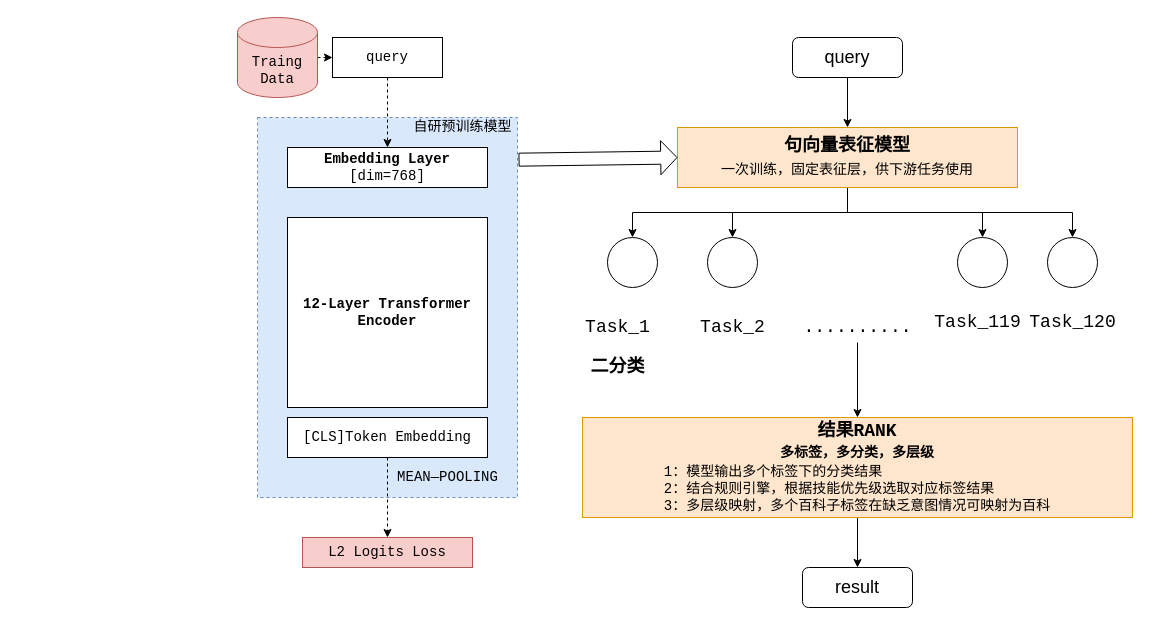
Above: 4.drawio in random-life/old-test-code (draw.io), before the change. Source tidied: cells renumbered, new cells numbered last; positions are measured from the earlier drawing's top-left corner, leaving out a move shared by most shapes. Both pictures are drawn from the tidied source at 100%, with x=0, y=0 at pixel (237, 17).
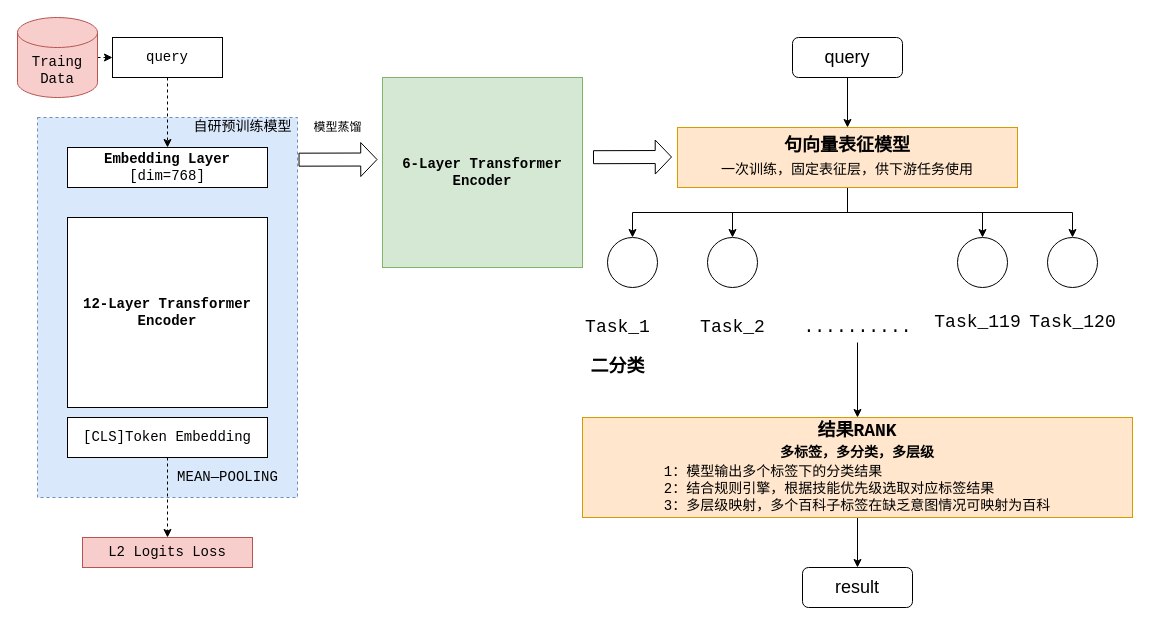
Above is the later version.

Commit message:
分类模型训练流程.drawio

The change refers to these unchanged cells:
```xml
<mxCell id="8" value="&lt;font face=&quot;Courier New&quot;&gt;&lt;font style=&quot;font-size: 18px&quot;&gt;&lt;b&gt;句向量表征模型&lt;/b&gt;&lt;/font&gt;&lt;br&gt;&lt;font style=&quot;font-size: 14px&quot;&gt;一次训练，固定表征层，供下游任务使用&lt;/font&gt;&lt;/font&gt;" style="rounded=0;whiteSpace=wrap;html=1;fontSize=18;fillColor=#ffe6cc;strokeColor=#d79b00;" parent="1" vertex="1">
  <mxGeometry x="440" y="110" width="340" height="60" as="geometry" />
</mxCell>
```

What changed in the source:
```diff
@@
     <mxCell id="23" style="rounded=0;whiteSpace=wrap;html=1;fontFamily=Courier New;fontSize=14;align=left;fillColor=#dae8fc;strokeColor=#6c8ebf;dashed=1;" parent="1" vertex="1">
-      <mxGeometry x="20" y="100" width="260" height="380" as="geometry" />
+      <mxGeometry x="-200" y="100" width="260" height="380" as="geometry" />
     </mxCell>
     <mxCell id="24" value="&lt;b&gt;Embedding Layer&lt;/b&gt;&lt;br&gt;[dim=768]" style="rounded=0;whiteSpace=wrap;html=1;fontFamily=Courier New;fontSize=14;align=center;" parent="1" vertex="1">
-      <mxGeometry x="50" y="130" width="200" height="40" as="geometry" />
+      <mxGeometry x="-170" y="130" width="200" height="40" as="geometry" />
     </mxCell>
     <mxCell id="25" value="&lt;b&gt;12-Layer Transformer Encoder&lt;/b&gt;" style="rounded=0;whiteSpace=wrap;html=1;fontFamily=Courier New;fontSize=14;align=center;" parent="1" vertex="1">
-      <mxGeometry x="50" y="200" width="200" height="190" as="geometry" />
+      <mxGeometry x="-170" y="200" width="200" height="190" as="geometry" />
     </mxCell>
     <mxCell id="26" style="edgeStyle=orthogonalEdgeStyle;rounded=0;jettySize=auto;html=1;fontFamily=Courier New;fontSize=14;dashed=1;" parent="1" edge="1" source="27">
       <mxGeometry relative="1" as="geometry">
-        <mxPoint x="150" y="520" as="targetPoint" />
+        <mxPoint x="-70" y="520" as="targetPoint" />
       </mxGeometry>
     </mxCell>
     <mxCell id="27" value="[CLS]Token Embedding" style="rounded=0;whiteSpace=wrap;html=1;fontFamily=Courier New;fontSize=14;align=center;" parent="1" vertex="1">
-      <mxGeometry x="50" y="400" width="200" height="40" as="geometry" />
+      <mxGeometry x="-170" y="400" width="200" height="40" as="geometry" />
     </mxCell>
-    <mxCell id="28" style="shape=flexArrow;endArrow=classic;html=1;rounded=0;fontFamily=Courier New;fontSize=14;width=13;endSize=5.09;entryX=0;entryY=0.5;entryDx=0;entryDy=0;exitX=1.004;exitY=0.111;exitDx=0;exitDy=0;exitPerimeter=0;" parent="1" edge="1" source="23" target="8">
-      <mxGeometry relative="1" as="geometry" />
+    <mxCell id="28" style="shape=flexArrow;endArrow=classic;html=1;rounded=0;fontFamily=Courier New;fontSize=14;width=13;endSize=5.09;exitX=1.004;exitY=0.111;exitDx=0;exitDy=0;exitPerimeter=0;" parent="1" edge="1" source="23">
+      <mxGeometry relative="1" as="geometry">
+        <mxPoint x="140" y="142" as="targetPoint" />
+      </mxGeometry>
     </mxCell>
     <mxCell id="29" value="MEAN—POOLING" style="text;html=1;align=center;verticalAlign=middle;strokeColor=none;fillColor=none;fontSize=14;fontFamily=Courier New;" parent="1" vertex="1">
-      <mxGeometry x="150" y="450" width="120" height="20" as="geometry" />
+      <mxGeometry x="-70" y="450" width="120" height="20" as="geometry" />
     </mxCell>
     <mxCell id="30" value="自研预训练模型" style="text;html=1;align=center;verticalAlign=middle;strokeColor=none;fillColor=none;fontSize=14;fontFamily=Courier New;" parent="1" vertex="1">
-      <mxGeometry x="170" y="100" width="110" height="20" as="geometry" />
+      <mxGeometry x="-50" y="100" width="110" height="20" as="geometry" />
     </mxCell>
     <mxCell id="31" value="L2 Logits Loss" style="rounded=0;whiteSpace=wrap;html=1;fontFamily=Courier New;fontSize=14;align=center;fillColor=#f8cecc;strokeColor=#b85450;" parent="1" vertex="1">
-      <mxGeometry x="65" y="520" width="170" height="30" as="geometry" />
+      <mxGeometry x="-155" y="520" width="170" height="30" as="geometry" />
     </mxCell>
@@
     <mxCell id="33" value="Traing Data" style="shape=cylinder3;whiteSpace=wrap;html=1;boundedLbl=1;backgroundOutline=1;size=15;fontFamily=Courier New;fontSize=14;align=center;fillColor=#f8cecc;strokeColor=#b85450;" parent="1" vertex="1">
-      <mxGeometry width="80" height="80" as="geometry" />
+      <mxGeometry x="-220" width="80" height="80" as="geometry" />
     </mxCell>
@@
     <mxCell id="35" value="query" style="rounded=0;whiteSpace=wrap;html=1;fontFamily=Courier New;fontSize=14;align=center;" parent="1" vertex="1">
-      <mxGeometry x="95" y="20" width="110" height="40" as="geometry" />
+      <mxGeometry x="-125" y="20" width="110" height="40" as="geometry" />
     </mxCell>
+    <mxCell id="36" value="&lt;b&gt;6-Layer Transformer Encoder&lt;/b&gt;" style="rounded=0;whiteSpace=wrap;html=1;fontFamily=Courier New;fontSize=14;align=center;fillColor=#d5e8d4;strokeColor=#82b366;" parent="1" vertex="1">
+      <mxGeometry x="145" y="60" width="200" height="190" as="geometry" />
+    </mxCell>
+    <mxCell id="37" style="shape=flexArrow;endArrow=classic;html=1;rounded=0;fontFamily=Courier New;fontSize=14;width=13;endSize=5.09;exitX=1.004;exitY=0.111;exitDx=0;exitDy=0;exitPerimeter=0;" parent="1" edge="1">
+      <mxGeometry relative="1" as="geometry">
+        <mxPoint x="355.5" y="139.7" as="sourcePoint" />
+        <mxPoint x="434.5" y="139.5" as="targetPoint" />
+      </mxGeometry>
+    </mxCell>
+    <mxCell id="38" value="模型蒸馏" style="text;html=1;align=center;verticalAlign=middle;strokeColor=none;fillColor=none;" parent="1" vertex="1">
+      <mxGeometry x="70" y="100" width="60" height="20" as="geometry" />
+    </mxCell>
```
